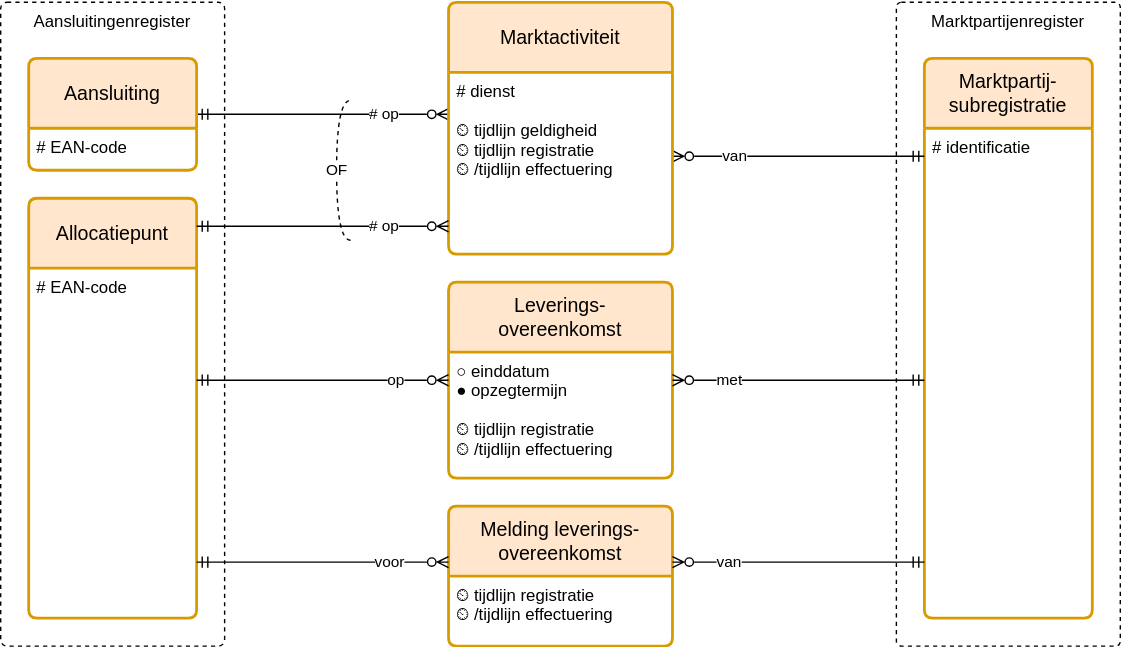
Before: registers/marktactiviteitenregister/1.2/marktactiviteitenregister.drawio.svg, a diagram exported from draw.io (Netbeheer-Nederland/stelsel). Source tidied: cells renumbered, new cells last; positions are measured from the earlier drawing's top-left corner, leaving out a move shared by most shapes.
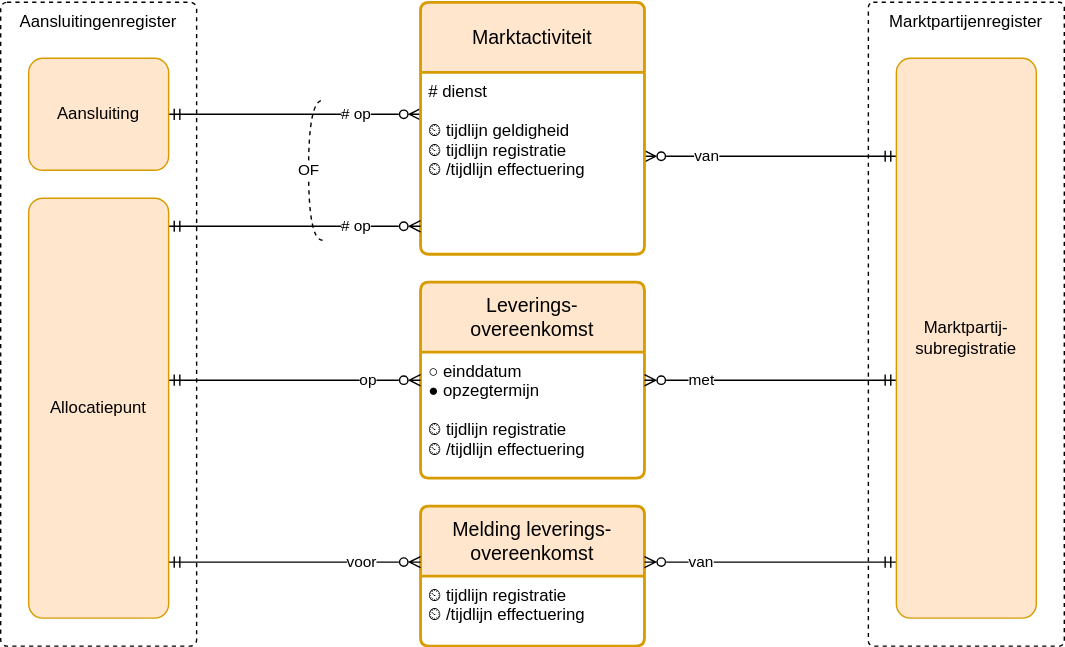
The same diagram one commit later.

Change to the diagram source:
```diff
@@ -3,35 +3,21 @@
     <mxCell id="0" />
     <mxCell id="1" parent="0" />
     <mxCell id="2" value="Aansluitingenregister" style="rounded=1;whiteSpace=wrap;html=1;sketch=0;dashed=1;verticalAlign=top;arcSize=9;absoluteArcSize=1;" parent="1" vertex="1">
-      <mxGeometry width="160" height="460" as="geometry" />
+      <mxGeometry x="20" width="140" height="460" as="geometry" />
     </mxCell>
     <mxCell id="3" value="Marktpartijenregister" style="rounded=1;whiteSpace=wrap;html=1;sketch=0;dashed=1;verticalAlign=top;arcSize=7;spacing=2;absoluteArcSize=1;" parent="1" vertex="1">
-      <mxGeometry x="640" width="160" height="460" as="geometry" />
+      <mxGeometry x="640" width="140" height="460" as="geometry" />
     </mxCell>
-    <mxCell id="4" value="Marktpartij-subregistratie" style="swimlane;horizontal=1;startSize=50;rounded=1;fontSize=14;fontStyle=0;strokeWidth=2;shadow=0;dashed=0;align=center;fillColor=#ffe6cc;strokeColor=#d79b00;arcSize=4;html=1;whiteSpace=wrap;spacing=10;" parent="1" vertex="1">
-      <mxGeometry x="660" y="40" width="120" height="400" as="geometry" />
-    </mxCell>
-    <mxCell id="5" value="# identificatie" style="align=left;strokeColor=none;fillColor=none;spacingLeft=4;fontSize=12;verticalAlign=top;" parent="4" vertex="1">
-      <mxGeometry y="50" width="120" height="350" as="geometry" />
-    </mxCell>
-    <mxCell id="6" value="van" style="endArrow=ERmandOne;html=1;rounded=0;startArrow=ERzeroToMany;startFill=0;endFill=0;edgeStyle=elbowEdgeStyle;align=left;elbow=vertical;" parent="1" edge="1" source="12" target="4">
-      <mxGeometry x="-0.62" relative="1" as="geometry" />
+    <mxCell id="6" value="van" style="endArrow=ERmandOne;html=1;rounded=0;startArrow=ERzeroToMany;startFill=0;endFill=0;edgeStyle=elbowEdgeStyle;align=left;elbow=vertical;" parent="1" edge="1" source="12">
+      <mxGeometry x="-0.62" relative="1" as="geometry">
+        <mxPoint x="660" y="110" as="targetPoint" />
+      </mxGeometry>
     </mxCell>
-    <mxCell id="7" value="# op" style="endArrow=ERmandOne;html=1;rounded=0;endFill=0;startArrow=ERzeroToMany;startFill=0;edgeStyle=elbowEdgeStyle;elbow=vertical;align=right;" parent="1" edge="1" source="12" target="8">
-      <mxGeometry x="-0.62" relative="1" as="geometry" />
+    <mxCell id="7" value="# op" style="endArrow=ERmandOne;html=1;rounded=0;endFill=0;startArrow=ERzeroToMany;startFill=0;edgeStyle=elbowEdgeStyle;elbow=vertical;align=right;" parent="1" edge="1" source="12">
+      <mxGeometry x="-0.62" relative="1" as="geometry">
+        <mxPoint x="140" y="80" as="targetPoint" />
+      </mxGeometry>
     </mxCell>
-    <mxCell id="8" value="Aansluiting" style="swimlane;horizontal=1;startSize=50;rounded=1;fontSize=14;fontStyle=0;strokeWidth=2;shadow=0;dashed=0;align=center;fillColor=#ffe6cc;strokeColor=#d79b00;arcSize=4;html=1;whiteSpace=wrap;spacing=10;" parent="1" vertex="1">
-      <mxGeometry x="20" y="40" width="120" height="80" as="geometry" />
-    </mxCell>
-    <mxCell id="9" value="# EAN-code" style="align=left;strokeColor=none;fillColor=none;spacingLeft=4;fontSize=12;verticalAlign=top;" parent="8" vertex="1">
-      <mxGeometry y="50" width="120" height="30" as="geometry" />
-    </mxCell>
-    <mxCell id="10" value="Allocatiepunt" style="swimlane;horizontal=1;startSize=50;rounded=1;fontSize=14;fontStyle=0;strokeWidth=2;shadow=0;dashed=0;align=center;fillColor=#ffe6cc;strokeColor=#d79b00;arcSize=4;html=1;whiteSpace=wrap;spacing=10;" parent="1" vertex="1">
-      <mxGeometry x="20" y="140" width="120" height="300" as="geometry" />
-    </mxCell>
-    <mxCell id="11" value="# EAN-code" style="align=left;strokeColor=none;fillColor=none;spacingLeft=4;fontSize=12;verticalAlign=top;" parent="10" vertex="1">
-      <mxGeometry y="50" width="120" height="250" as="geometry" />
-    </mxCell>
     <mxCell id="12" value="Marktactiviteit" style="swimlane;horizontal=1;startSize=50;rounded=1;fontSize=14;fontStyle=0;strokeWidth=2;shadow=0;dashed=0;align=center;fillColor=#ffe6cc;strokeColor=#d79b00;arcSize=4;html=1;whiteSpace=wrap;spacing=10;" parent="1" vertex="1">
       <mxGeometry x="320" width="160" height="180" as="geometry" />
     </mxCell>
@@ -44,8 +30,10 @@
     <mxCell id="15" value="○ einddatum&#10;● opzegtermijn&#10;&#10;⏲ tijdlijn registratie&#10;⏲ /tijdlijn effectuering" style="align=left;strokeColor=none;fillColor=none;spacingLeft=4;fontSize=12;verticalAlign=top;" parent="14" vertex="1">
       <mxGeometry y="50" width="160" height="90" as="geometry" />
     </mxCell>
-    <mxCell id="16" value="# op" style="endArrow=ERmandOne;html=1;rounded=0;endFill=0;startArrow=ERzeroToMany;startFill=0;edgeStyle=elbowEdgeStyle;elbow=vertical;align=right;" parent="1" edge="1" source="12" target="10">
-      <mxGeometry x="-0.62" relative="1" as="geometry" />
+    <mxCell id="16" value="# op" style="endArrow=ERmandOne;html=1;rounded=0;endFill=0;startArrow=ERzeroToMany;startFill=0;edgeStyle=elbowEdgeStyle;elbow=vertical;align=right;" parent="1" edge="1" source="12">
+      <mxGeometry x="-0.62" relative="1" as="geometry">
+        <mxPoint x="140" y="160" as="targetPoint" />
+      </mxGeometry>
     </mxCell>
     <mxCell id="17" value="OF" style="endArrow=none;dashed=1;html=1;rounded=0;edgeStyle=orthogonalEdgeStyle;curved=1;" parent="1" edge="1">
       <mxGeometry relative="1" as="geometry">
@@ -57,11 +45,15 @@
         </Array>
       </mxGeometry>
     </mxCell>
-    <mxCell id="18" value="op" style="endArrow=ERmandOne;html=1;rounded=0;endFill=0;startArrow=ERzeroToMany;startFill=0;edgeStyle=elbowEdgeStyle;elbow=vertical;align=right;" parent="1" edge="1" source="14" target="10">
-      <mxGeometry x="-0.67" relative="1" as="geometry" />
+    <mxCell id="18" value="op" style="endArrow=ERmandOne;html=1;rounded=0;endFill=0;startArrow=ERzeroToMany;startFill=0;edgeStyle=elbowEdgeStyle;elbow=vertical;align=right;" parent="1" edge="1" source="14">
+      <mxGeometry x="-0.67" relative="1" as="geometry">
+        <mxPoint x="140" y="270" as="targetPoint" />
+      </mxGeometry>
     </mxCell>
-    <mxCell id="19" value="met" style="endArrow=ERmandOne;html=1;rounded=0;startArrow=ERzeroToMany;startFill=0;endFill=0;edgeStyle=elbowEdgeStyle;align=left;elbow=vertical;" parent="1" edge="1" source="14" target="4">
-      <mxGeometry x="-0.67" relative="1" as="geometry" />
+    <mxCell id="19" value="met" style="endArrow=ERmandOne;html=1;rounded=0;startArrow=ERzeroToMany;startFill=0;endFill=0;edgeStyle=elbowEdgeStyle;align=left;elbow=vertical;" parent="1" edge="1" source="14">
+      <mxGeometry x="-0.67" relative="1" as="geometry">
+        <mxPoint x="660" y="270" as="targetPoint" />
+      </mxGeometry>
     </mxCell>
     <mxCell id="20" value="Melding leverings-overeenkomst" style="swimlane;horizontal=1;startSize=50;rounded=1;fontSize=14;fontStyle=0;strokeWidth=2;shadow=0;dashed=0;align=center;fillColor=#ffe6cc;strokeColor=#d79b00;arcSize=4;html=1;whiteSpace=wrap;spacing=10;" parent="1" vertex="1">
       <mxGeometry x="320" y="360" width="160" height="100" as="geometry" />
@@ -69,11 +61,24 @@
     <mxCell id="21" value="⏲ tijdlijn registratie&#10;⏲ /tijdlijn effectuering" style="align=left;strokeColor=none;fillColor=none;spacingLeft=4;fontSize=12;verticalAlign=top;" parent="20" vertex="1">
       <mxGeometry y="50" width="160" height="50" as="geometry" />
     </mxCell>
-    <mxCell id="22" value="voor" style="endArrow=ERmandOne;html=1;rounded=0;endFill=0;startArrow=ERzeroToMany;startFill=0;edgeStyle=elbowEdgeStyle;elbow=vertical;align=right;" parent="1" edge="1" source="20" target="10">
-      <mxGeometry x="-0.67" relative="1" as="geometry" />
+    <mxCell id="22" value="voor" style="endArrow=ERmandOne;html=1;rounded=0;endFill=0;startArrow=ERzeroToMany;startFill=0;edgeStyle=elbowEdgeStyle;elbow=vertical;align=right;" parent="1" edge="1" source="20">
+      <mxGeometry x="-0.67" relative="1" as="geometry">
+        <mxPoint x="140" y="400" as="targetPoint" />
+      </mxGeometry>
     </mxCell>
-    <mxCell id="23" value="van" style="endArrow=ERmandOne;html=1;rounded=0;startArrow=ERzeroToMany;startFill=0;endFill=0;edgeStyle=elbowEdgeStyle;align=left;elbow=vertical;" parent="1" edge="1" source="20" target="5">
-      <mxGeometry x="-0.67" relative="1" as="geometry" />
+    <mxCell id="23" value="van" style="endArrow=ERmandOne;html=1;rounded=0;startArrow=ERzeroToMany;startFill=0;endFill=0;edgeStyle=elbowEdgeStyle;align=left;elbow=vertical;" parent="1" edge="1" source="20">
+      <mxGeometry x="-0.67" relative="1" as="geometry">
+        <mxPoint x="660" y="400" as="targetPoint" />
+      </mxGeometry>
     </mxCell>
+    <mxCell id="10" value="Allocatiepunt" style="rounded=1;whiteSpace=wrap;html=1;absoluteArcSize=1;fillColor=#ffe6cc;strokeColor=#d79b00;spacing=10;" parent="1" vertex="1">
+      <mxGeometry x="40" y="140" width="100" height="300" as="geometry" />
+    </mxCell>
+    <mxCell id="8" value="Aansluiting" style="rounded=1;whiteSpace=wrap;html=1;absoluteArcSize=1;fillColor=#ffe6cc;strokeColor=#d79b00;spacing=10;" parent="1" vertex="1">
+      <mxGeometry x="40" y="40" width="100" height="80" as="geometry" />
+    </mxCell>
+    <mxCell id="4" value="Marktpartij-subregistratie" style="rounded=1;whiteSpace=wrap;html=1;absoluteArcSize=1;fillColor=#ffe6cc;strokeColor=#d79b00;spacing=10;" parent="1" vertex="1">
+      <mxGeometry x="660" y="40" width="100" height="400" as="geometry" />
+    </mxCell>
   </root>
 </mxGraphModel>
```
